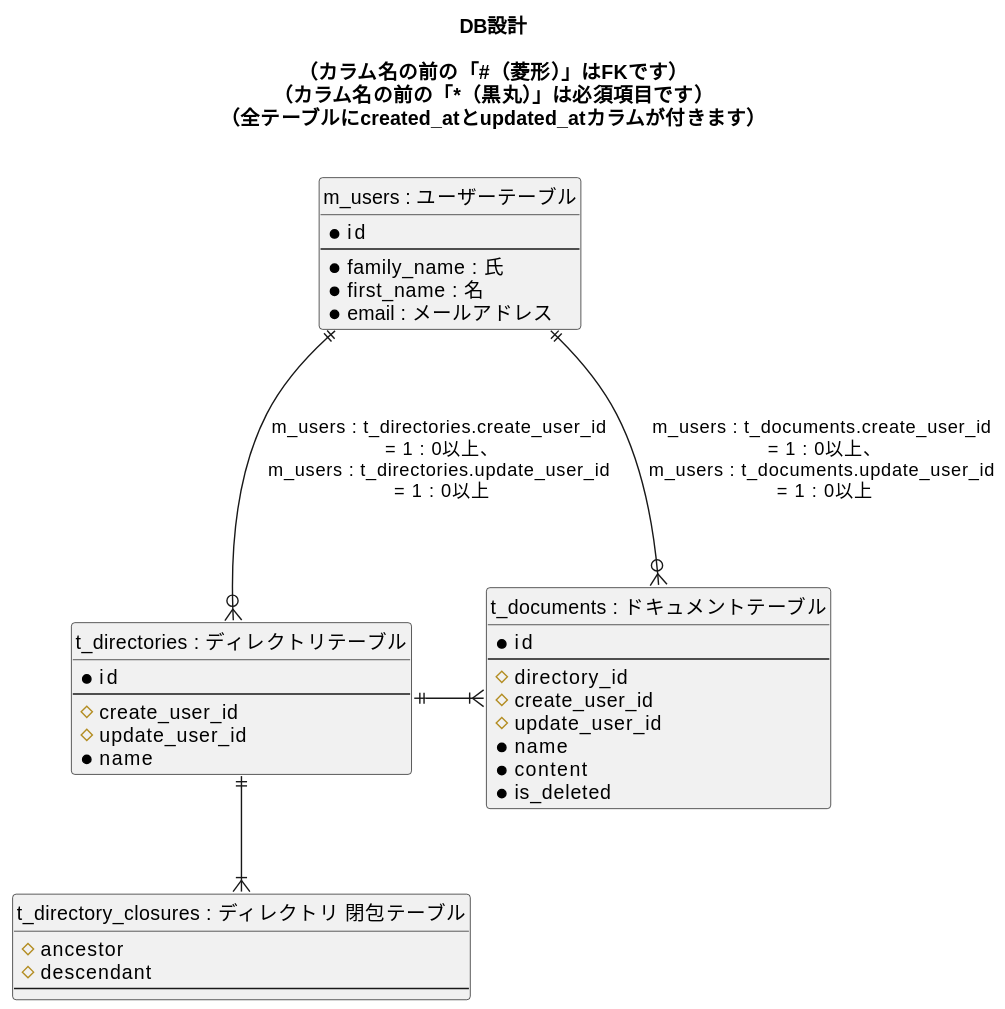
The PlantUML diagram RSnHzWhxTB705z/works/01_database_design/03_db_modeling3/closure_table/er_diagram.svg in praha-inc/praha-challenge-7, before a commit.
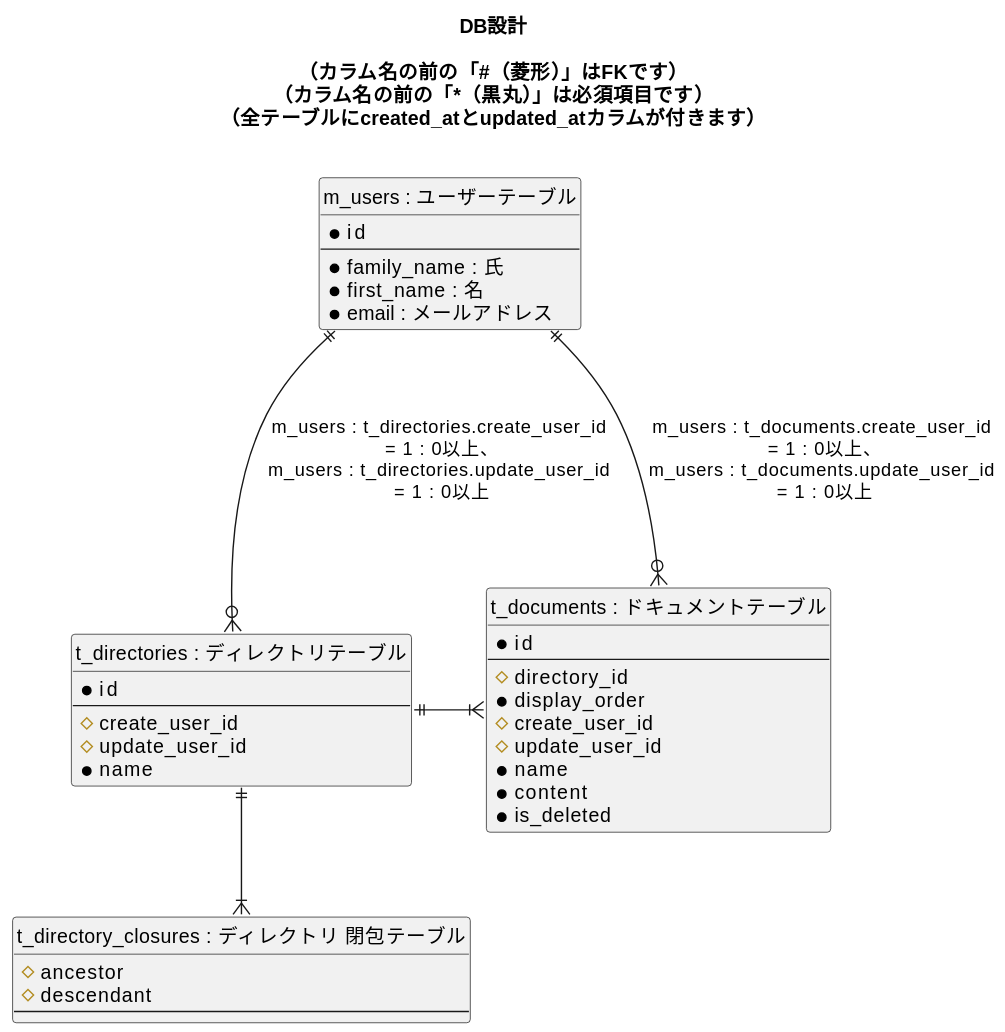
After the change.

Diff of the diagram source:
```diff
@@ -31,6 +31,7 @@
   *id
   --
   #directory_id
+  *display_order
   #create_user_id
   #update_user_id
   *name
```
